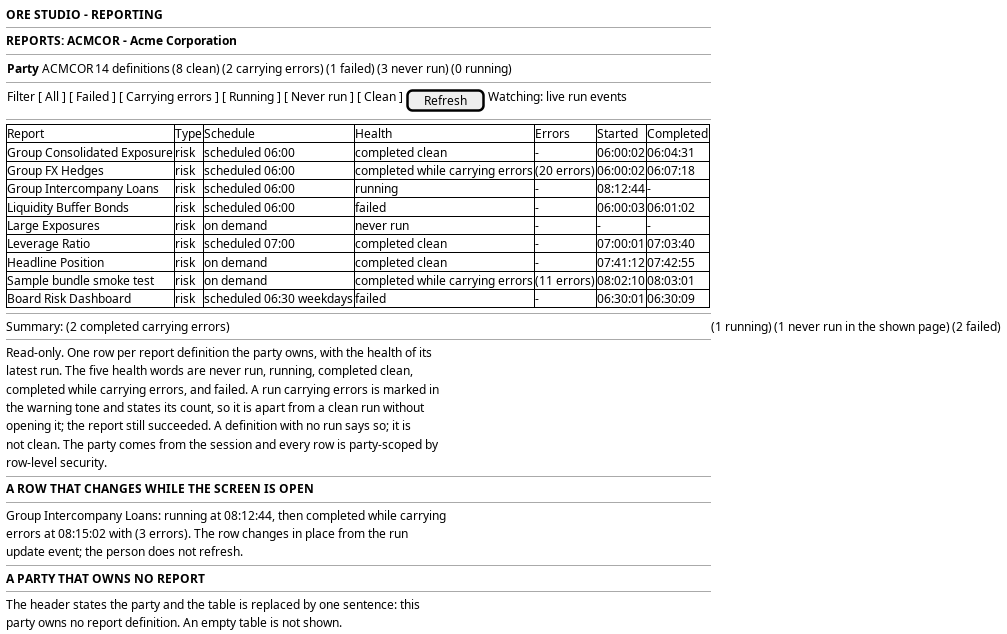
Earlier version of the PlantUML export doc/knowledge/journeys/reporting/wireframe_see_the_reports_a_party_runs.png (OreStudio/OreStudio). Its source is kept beside it as doc/knowledge/journeys/reporting/wireframe_see_the_reports_a_party_runs.puml.
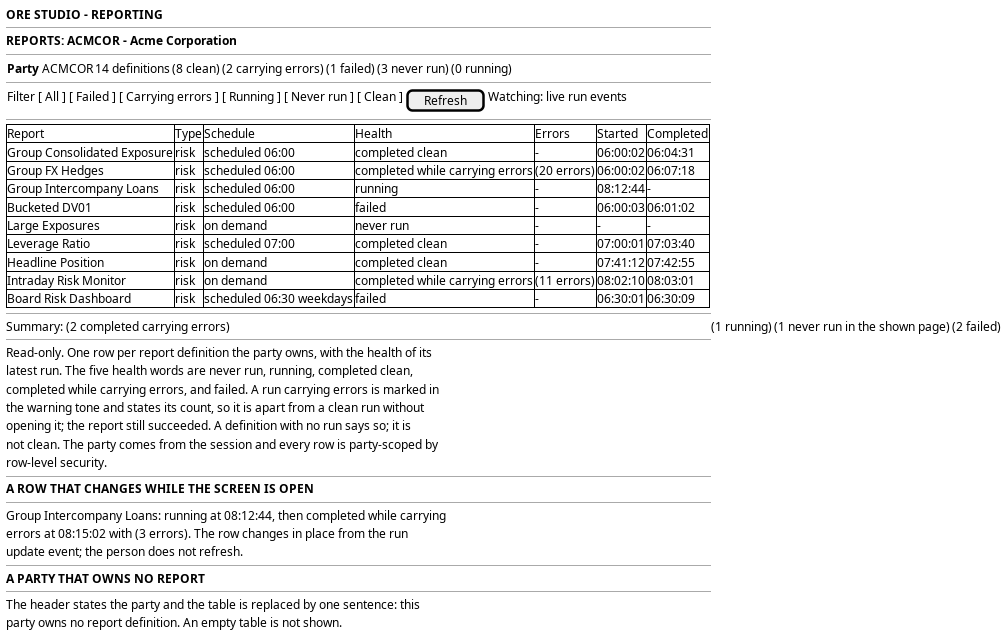
After the commit.

Commit message:
[docs] Use the real ACME reports and their configured analytics

Diff of the diagram source:
```diff
@@ -19,11 +19,11 @@
     Group Consolidated Exposure | risk | scheduled 06:00 | completed clean | - | 06:00:02 | 06:04:31
     Group FX Hedges | risk | scheduled 06:00 | completed while carrying errors | (20 errors) | 06:00:02 | 06:07:18
     Group Intercompany Loans | risk | scheduled 06:00 | running | - | 08:12:44 | -
-    Liquidity Buffer Bonds | risk | scheduled 06:00 | failed | - | 06:00:03 | 06:01:02
+    Bucketed DV01 | risk | scheduled 06:00 | failed | - | 06:00:03 | 06:01:02
     Large Exposures | risk | on demand | never run | - | - | -
     Leverage Ratio | risk | scheduled 07:00 | completed clean | - | 07:00:01 | 07:03:40
     Headline Position | risk | on demand | completed clean | - | 07:41:12 | 07:42:55
-    Sample bundle smoke test | risk | on demand | completed while carrying errors | (11 errors) | 08:02:10 | 08:03:01
+    Intraday Risk Monitor | risk | on demand | completed while carrying errors | (11 errors) | 08:02:10 | 08:03:01
     Board Risk Dashboard | risk | scheduled 06:30 weekdays | failed | - | 06:30:01 | 06:30:09
   }
   --
```
